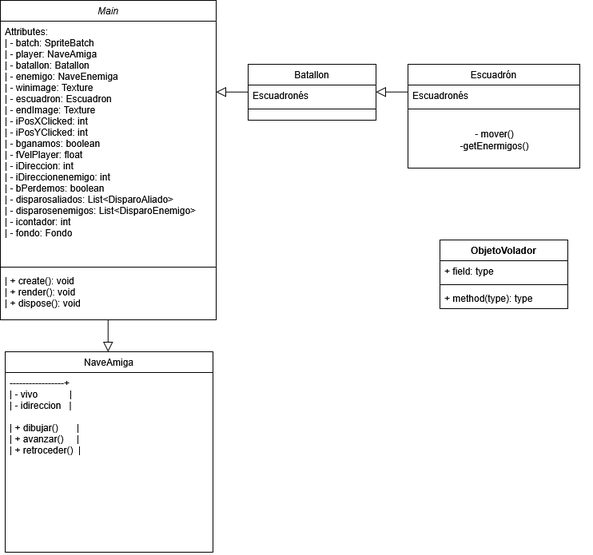
Before: .drawio.png, a diagram exported from draw.io (JoseLopezCova/spaceinvaders). Source tidied: cells renumbered, new cells last; positions are measured from the earlier drawing's top-left corner, leaving out a move shared by most shapes.
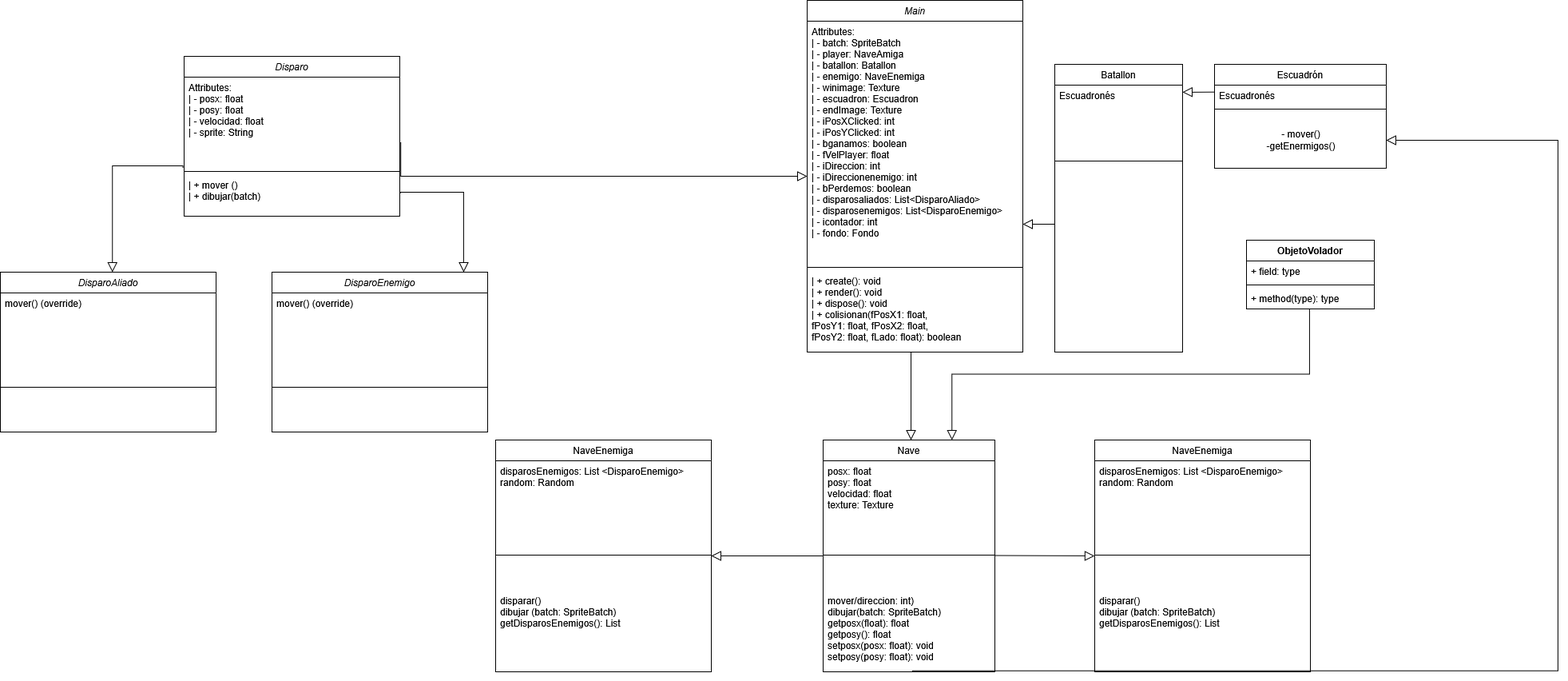
The same file after the commit.

Diff of the diagram source:
```diff
@@ -3,7 +3,7 @@
     <mxCell id="0" />
     <mxCell id="1" parent="0" />
     <mxCell id="2" value="Main" style="swimlane;fontStyle=2;align=center;verticalAlign=top;horizontal=1;startSize=26;rounded=0;shadow=0;strokeWidth=1;" parent="1" vertex="1">
-      <mxGeometry width="270" height="400" as="geometry" />
+      <mxGeometry width="270" height="440" as="geometry" />
     </mxCell>
     <mxCell id="3" value="Attributes:                        &#10;| - batch: SpriteBatch           &#10;| - player: NaveAmiga          &#10;| - batallon: Batallon             &#10;| - enemigo: NaveEnemiga  &#10;| - winimage: Texture           &#10;| - escuadron: Escuadron    &#10;| - endImage: Texture          &#10;| - iPosXClicked: int             &#10;| - iPosYClicked: int             &#10;| - bganamos: boolean        &#10;| - fVelPlayer: float               &#10;| - iDireccion: int                  &#10;| - iDireccionenemigo: int           &#10;| - bPerdemos: boolean               &#10;| - disparosaliados: List&lt;DisparoAliado&gt;&#10;| - disparosenemigos: List&lt;DisparoEnemigo&gt;&#10;| - icontador: int                   &#10;| - fondo: Fondo                                  " style="text;align=left;verticalAlign=top;spacingLeft=4;spacingRight=4;overflow=hidden;" parent="2" vertex="1">
       <mxGeometry y="26" width="270" height="304" as="geometry" />
@@ -11,36 +11,31 @@
     <mxCell id="4" style="line;html=1;strokeWidth=1;align=left;verticalAlign=middle;spacingTop=-1;spacingLeft=3;spacingRight=3;labelPosition=right;" parent="2" vertex="1">
       <mxGeometry y="330" width="270" height="8" as="geometry" />
     </mxCell>
-    <mxCell id="5" value="| + create(): void                   &#10;| + render(): void                   &#10;| + dispose(): void  " style="text;align=left;verticalAlign=top;spacingLeft=4;spacingRight=4;overflow=hidden;" parent="2" vertex="1">
-      <mxGeometry y="338" width="270" height="62" as="geometry" />
+    <mxCell id="5" value="| + create(): void                   &#10;| + render(): void                   &#10;| + dispose(): void &#10;| + colisionan(fPosX1: float, &#10;fPosY1: float, fPosX2: float, &#10;fPosY2: float, fLado: float): boolean &#10;&#10;" style="text;align=left;verticalAlign=top;spacingLeft=4;spacingRight=4;overflow=hidden;" parent="2" vertex="1">
+      <mxGeometry y="338" width="270" height="102" as="geometry" />
     </mxCell>
-    <mxCell id="6" style="endArrow=block;endSize=10;endFill=0;shadow=0;strokeWidth=1;rounded=0;curved=0;edgeStyle=elbowEdgeStyle;elbow=vertical;" parent="1" edge="1">
+    <mxCell id="6" style="endArrow=block;endSize=10;endFill=0;shadow=0;strokeWidth=1;rounded=0;curved=0;edgeStyle=elbowEdgeStyle;elbow=vertical;entryX=0.5;entryY=0;entryDx=0;entryDy=0;" parent="1" edge="1">
       <mxGeometry relative="1" as="geometry">
-        <mxPoint x="134.7" y="400" as="sourcePoint" />
-        <mxPoint x="134.7" y="440" as="targetPoint" />
-        <Array as="points">
-          <mxPoint x="154.7" y="402.9" />
-        </Array>
+        <mxPoint x="130" y="440" as="sourcePoint" />
+        <mxPoint x="130" y="550" as="targetPoint" />
       </mxGeometry>
     </mxCell>
     <mxCell id="7" value="Batallon" style="swimlane;fontStyle=0;align=center;verticalAlign=top;horizontal=1;startSize=26;rounded=0;shadow=0;strokeWidth=1;" parent="1" vertex="1">
-      <mxGeometry x="310" y="80" width="160" height="70" as="geometry" />
+      <mxGeometry x="310" y="80" width="160" height="360" as="geometry" />
     </mxCell>
     <mxCell id="8" value="Escuadronés" style="text;align=left;verticalAlign=top;spacingLeft=4;spacingRight=4;overflow=hidden;" parent="7" vertex="1">
       <mxGeometry y="26" width="160" height="26" as="geometry" />
     </mxCell>
     <mxCell id="9" style="line;html=1;strokeWidth=1;align=left;verticalAlign=middle;spacingTop=-1;spacingLeft=3;spacingRight=3;labelPosition=right;" parent="7" vertex="1">
-      <mxGeometry y="52" width="160" height="8" as="geometry" />
+      <mxGeometry y="52" width="160" height="138" as="geometry" />
     </mxCell>
     <mxCell id="10" style="endArrow=block;endSize=10;endFill=0;shadow=0;strokeWidth=1;rounded=0;curved=0;edgeStyle=elbowEdgeStyle;elbow=vertical;" parent="1" edge="1" source="7" target="2">
-      <mxGeometry relative="1" as="geometry" />
+      <mxGeometry relative="1" as="geometry">
+        <Array as="points">
+          <mxPoint x="290" y="280" />
+        </Array>
+      </mxGeometry>
     </mxCell>
-    <mxCell id="11" value="NaveAmiga" style="swimlane;fontStyle=0;align=center;verticalAlign=top;horizontal=1;startSize=26;rounded=0;shadow=0;strokeWidth=1;" parent="1" vertex="1">
-      <mxGeometry x="6" y="440" width="260" height="251" as="geometry" />
-    </mxCell>
-    <mxCell id="12" value="-----------------+          &#10;| - vivo            |   &#10;| - idireccion   |          &#10;&#10;| + dibujar()       |          &#10;| + avanzar()     |        &#10;| + retroceder()  |" style="text;align=left;verticalAlign=top;spacingLeft=4;spacingRight=4;overflow=hidden;" parent="11" vertex="1">
-      <mxGeometry y="26" width="260" height="225" as="geometry" />
-    </mxCell>
     <mxCell id="13" style="endArrow=block;endSize=10;endFill=0;shadow=0;strokeWidth=1;rounded=0;curved=0;edgeStyle=elbowEdgeStyle;elbow=vertical;" parent="1" edge="1">
       <mxGeometry relative="1" as="geometry">
         <mxPoint x="510" y="114.7" as="sourcePoint" />
@@ -71,5 +66,120 @@
     <mxCell id="21" value="+ method(type): type" style="text;strokeColor=none;fillColor=none;align=left;verticalAlign=top;spacingLeft=4;spacingRight=4;overflow=hidden;whiteSpace=wrap;html=1;" parent="18" vertex="1">
       <mxGeometry y="60" width="160" height="26" as="geometry" />
     </mxCell>
+    <mxCell id="22" value="Disparo" style="swimlane;fontStyle=2;align=center;verticalAlign=top;horizontal=1;startSize=26;rounded=0;shadow=0;strokeWidth=1;" parent="1" vertex="1">
+      <mxGeometry x="-780" y="70" width="270" height="200" as="geometry" />
+    </mxCell>
+    <mxCell id="23" value="Attributes:                        &#10;| - posx: float&#10;| - posy: float&#10;| - velocidad: float&#10;| - sprite: String" style="text;align=left;verticalAlign=top;spacingLeft=4;spacingRight=4;overflow=hidden;points=[[0,0.5],[1,0.5]];portConstraint=eastwest;" parent="22" vertex="1">
+      <mxGeometry y="26" width="270" height="114" as="geometry" />
+    </mxCell>
+    <mxCell id="24" style="line;html=1;strokeWidth=1;align=left;verticalAlign=middle;spacingTop=-1;spacingLeft=3;spacingRight=3;labelPosition=right;" parent="22" vertex="1">
+      <mxGeometry y="140" width="270" height="8" as="geometry" />
+    </mxCell>
+    <mxCell id="25" value="| + mover ()&#10;| + dibujar(batch)" style="text;align=left;verticalAlign=top;spacingLeft=4;spacingRight=4;overflow=hidden;points=[[0,0.5],[1,0.5]];portConstraint=eastwest;" parent="22" vertex="1">
+      <mxGeometry y="148" width="270" height="32" as="geometry" />
+    </mxCell>
+    <mxCell id="26" style="endArrow=block;endSize=10;endFill=0;shadow=0;strokeWidth=1;rounded=0;curved=0;edgeStyle=elbowEdgeStyle;elbow=vertical;exitX=1.005;exitY=0.719;exitDx=0;exitDy=0;exitPerimeter=0;" parent="1" edge="1" source="23">
+      <mxGeometry relative="1" as="geometry">
+        <mxPoint y="219.5" as="targetPoint" />
+        <Array as="points">
+          <mxPoint x="-100" y="220" />
+          <mxPoint x="340" y="559.5" />
+        </Array>
+      </mxGeometry>
+    </mxCell>
+    <mxCell id="27" value="DisparoAliado" style="swimlane;fontStyle=2;align=center;verticalAlign=top;horizontal=1;startSize=26;rounded=0;shadow=0;strokeWidth=1;" parent="1" vertex="1">
+      <mxGeometry x="-1010" y="340" width="270" height="200" as="geometry" />
+    </mxCell>
+    <mxCell id="28" value="mover() (override)" style="text;align=left;verticalAlign=top;spacingLeft=4;spacingRight=4;overflow=hidden;" parent="27" vertex="1">
+      <mxGeometry y="26" width="270" height="114" as="geometry" />
+    </mxCell>
+    <mxCell id="29" style="line;html=1;strokeWidth=1;align=left;verticalAlign=middle;spacingTop=-1;spacingLeft=3;spacingRight=3;labelPosition=right;" parent="27" vertex="1">
+      <mxGeometry y="140" width="270" height="8" as="geometry" />
+    </mxCell>
+    <mxCell id="30" value="DisparoEnemigo" style="swimlane;fontStyle=2;align=center;verticalAlign=top;horizontal=1;startSize=26;rounded=0;shadow=0;strokeWidth=1;" parent="1" vertex="1">
+      <mxGeometry x="-670" y="340" width="270" height="200" as="geometry" />
+    </mxCell>
+    <mxCell id="31" value="mover() (override)" style="text;align=left;verticalAlign=top;spacingLeft=4;spacingRight=4;overflow=hidden;" parent="30" vertex="1">
+      <mxGeometry y="26" width="270" height="114" as="geometry" />
+    </mxCell>
+    <mxCell id="32" style="line;html=1;strokeWidth=1;align=left;verticalAlign=middle;spacingTop=-1;spacingLeft=3;spacingRight=3;labelPosition=right;" parent="30" vertex="1">
+      <mxGeometry y="140" width="270" height="8" as="geometry" />
+    </mxCell>
+    <mxCell id="33" style="endArrow=block;endSize=10;endFill=0;shadow=0;strokeWidth=1;rounded=0;curved=0;edgeStyle=elbowEdgeStyle;elbow=vertical;entryX=0.519;entryY=0.05;entryDx=0;entryDy=0;entryPerimeter=0;exitX=-0.006;exitY=0.992;exitDx=0;exitDy=0;exitPerimeter=0;" parent="1" edge="1" source="23">
+      <mxGeometry relative="1" as="geometry">
+        <mxPoint x="-869.9" y="340" as="targetPoint" />
+        <Array as="points">
+          <mxPoint x="-722" y="207" />
+          <mxPoint x="-342" y="515" />
+        </Array>
+      </mxGeometry>
+    </mxCell>
+    <mxCell id="34" style="endArrow=block;endSize=10;endFill=0;shadow=0;strokeWidth=1;rounded=0;curved=0;edgeStyle=elbowEdgeStyle;elbow=vertical;entryX=0.5;entryY=0;entryDx=0;entryDy=0;exitX=1.002;exitY=0.725;exitDx=0;exitDy=0;exitPerimeter=0;" parent="1" edge="1" source="25">
+      <mxGeometry relative="1" as="geometry">
+        <mxPoint x="-430" y="340" as="targetPoint" />
+        <Array as="points">
+          <mxPoint x="-440" y="240" />
+          <mxPoint x="-101" y="438" />
+        </Array>
+      </mxGeometry>
+    </mxCell>
+    <mxCell id="35" value="Nave" style="swimlane;fontStyle=0;align=center;verticalAlign=top;horizontal=1;startSize=26;rounded=0;shadow=0;strokeWidth=1;" parent="1" vertex="1">
+      <mxGeometry x="20" y="550" width="215" height="290" as="geometry" />
+    </mxCell>
+    <mxCell id="36" value="posx: float&#10;posy: float&#10;velocidad: float&#10;texture: Texture" style="text;align=left;verticalAlign=top;spacingLeft=4;spacingRight=4;overflow=hidden;" parent="35" vertex="1">
+      <mxGeometry y="26" width="215" height="74" as="geometry" />
+    </mxCell>
+    <mxCell id="37" style="line;html=1;strokeWidth=1;align=left;verticalAlign=middle;spacingTop=-1;spacingLeft=3;spacingRight=3;labelPosition=right;" parent="35" vertex="1">
+      <mxGeometry y="100" width="215" height="88" as="geometry" />
+    </mxCell>
+    <mxCell id="38" value="mover/direccion: int)&#10;dibujar(batch: SpriteBatch)&#10;getposx(float): float&#10;getposy(): float&#10;setposx(posx: float): void&#10;setposy(posy: float): void" style="text;align=left;verticalAlign=top;spacingLeft=4;spacingRight=4;overflow=hidden;points=[[0,0.5],[1,0.5]];portConstraint=eastwest;" parent="35" vertex="1">
+      <mxGeometry y="188" width="215" height="102" as="geometry" />
+    </mxCell>
+    <mxCell id="39" value="NaveEnemiga" style="swimlane;fontStyle=0;align=center;verticalAlign=top;horizontal=1;startSize=26;rounded=0;shadow=0;strokeWidth=1;" parent="1" vertex="1">
+      <mxGeometry x="360" y="550" width="270" height="290" as="geometry" />
+    </mxCell>
+    <mxCell id="40" value="disparosEnemigos: List &lt;DisparoEnemigo&gt;&#10;random: Random    &#10;" style="text;align=left;verticalAlign=top;spacingLeft=4;spacingRight=4;overflow=hidden;" parent="39" vertex="1">
+      <mxGeometry y="26" width="270" height="74" as="geometry" />
+    </mxCell>
+    <mxCell id="41" style="line;html=1;strokeWidth=1;align=left;verticalAlign=middle;spacingTop=-1;spacingLeft=3;spacingRight=3;labelPosition=right;" parent="39" vertex="1">
+      <mxGeometry y="100" width="270" height="88" as="geometry" />
+    </mxCell>
+    <mxCell id="42" value="disparar()&#10;dibujar (batch: SpriteBatch)&#10;getDisparosEnemigos(): List" style="text;align=left;verticalAlign=top;spacingLeft=4;spacingRight=4;overflow=hidden;" parent="39" vertex="1">
+      <mxGeometry y="188" width="270" height="102" as="geometry" />
+    </mxCell>
+    <mxCell id="43" style="endArrow=block;endSize=10;endFill=0;shadow=0;strokeWidth=1;rounded=0;curved=0;edgeStyle=elbowEdgeStyle;elbow=vertical;exitX=1;exitY=0.5;exitDx=0;exitDy=0;entryX=0;entryY=0.5;entryDx=0;entryDy=0;" parent="1" edge="1" target="39">
+      <mxGeometry relative="1" as="geometry">
+        <mxPoint x="235" y="694.5" as="sourcePoint" />
+      </mxGeometry>
+    </mxCell>
+    <mxCell id="44" value="NaveEnemiga" style="swimlane;fontStyle=0;align=center;verticalAlign=top;horizontal=1;startSize=26;rounded=0;shadow=0;strokeWidth=1;" parent="1" vertex="1">
+      <mxGeometry x="-390" y="550" width="270" height="290" as="geometry" />
+    </mxCell>
+    <mxCell id="45" value="disparosEnemigos: List &lt;DisparoEnemigo&gt;&#10;random: Random    &#10;" style="text;align=left;verticalAlign=top;spacingLeft=4;spacingRight=4;overflow=hidden;" parent="44" vertex="1">
+      <mxGeometry y="26" width="270" height="74" as="geometry" />
+    </mxCell>
+    <mxCell id="46" style="line;html=1;strokeWidth=1;align=left;verticalAlign=middle;spacingTop=-1;spacingLeft=3;spacingRight=3;labelPosition=right;" parent="44" vertex="1">
+      <mxGeometry y="100" width="270" height="88" as="geometry" />
+    </mxCell>
+    <mxCell id="47" value="disparar()&#10;dibujar (batch: SpriteBatch)&#10;getDisparosEnemigos(): List" style="text;align=left;verticalAlign=top;spacingLeft=4;spacingRight=4;overflow=hidden;" parent="44" vertex="1">
+      <mxGeometry y="188" width="270" height="102" as="geometry" />
+    </mxCell>
+    <mxCell id="48" style="endArrow=block;endSize=10;endFill=0;shadow=0;strokeWidth=1;rounded=0;curved=0;edgeStyle=elbowEdgeStyle;elbow=vertical;exitX=0;exitY=0.5;exitDx=0;exitDy=0;" parent="1" edge="1" source="35">
+      <mxGeometry relative="1" as="geometry">
+        <mxPoint x="-120" y="694.5" as="targetPoint" />
+      </mxGeometry>
+    </mxCell>
+    <mxCell id="49" style="endArrow=block;endSize=10;endFill=0;shadow=0;strokeWidth=1;rounded=0;curved=0;edgeStyle=elbowEdgeStyle;elbow=vertical;entryX=0.75;entryY=0;entryDx=0;entryDy=0;" parent="1" edge="1" target="35">
+      <mxGeometry relative="1" as="geometry">
+        <mxPoint x="629" y="386" as="sourcePoint" />
+      </mxGeometry>
+    </mxCell>
+    <mxCell id="50" style="endArrow=block;endSize=10;endFill=0;shadow=0;strokeWidth=1;rounded=0;curved=0;edgeStyle=elbowEdgeStyle;elbow=vertical;exitX=0.52;exitY=0.988;exitDx=0;exitDy=0;exitPerimeter=0;" parent="1" edge="1" source="38" target="17">
+      <mxGeometry relative="1" as="geometry">
+        <Array as="points">
+          <mxPoint x="940" y="910" />
+        </Array>
+      </mxGeometry>
+    </mxCell>
   </root>
 </mxGraphModel>
```
